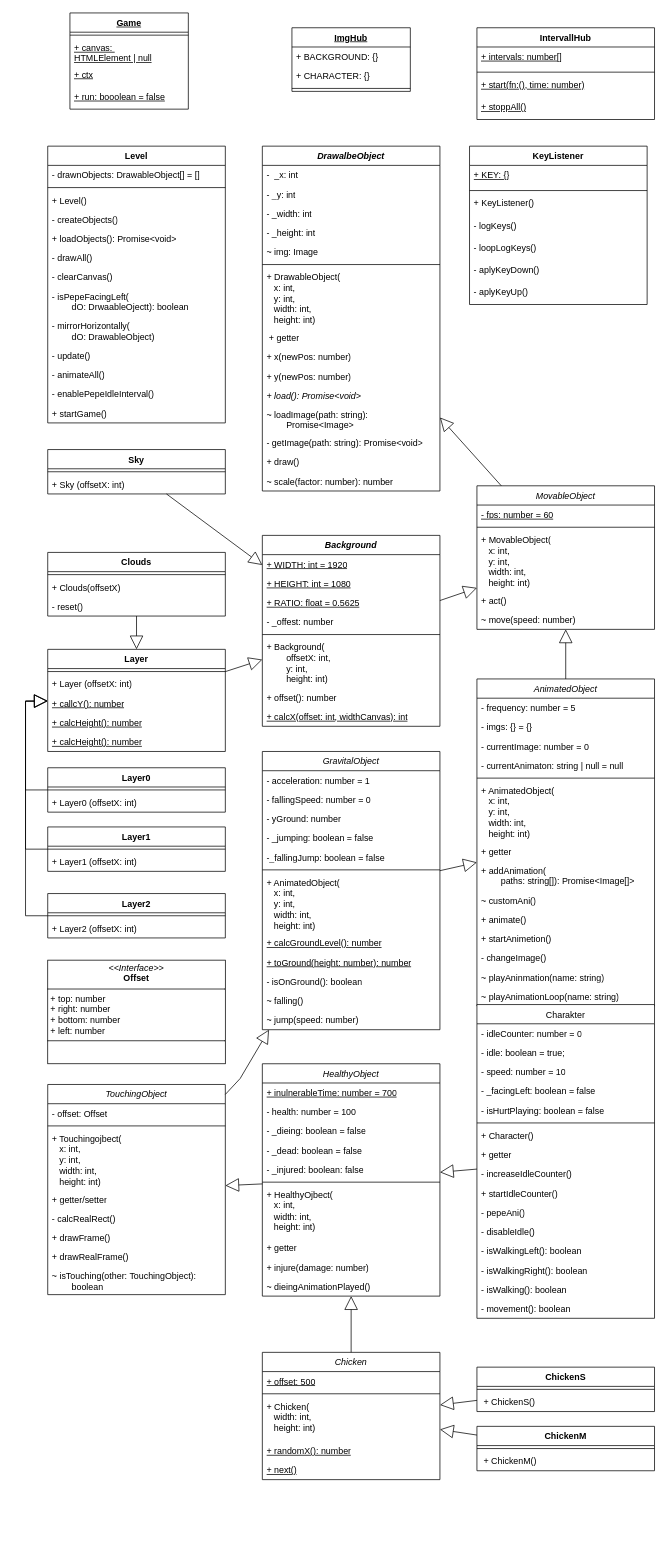
Before: docs/classes.drawio in elma1989/el-pollo-loco, a draw.io diagram. Source tidied: cells renumbered, new cells numbered last; positions are measured from the earlier drawing's top-left corner, leaving out a move shared by most shapes. Both pictures are drawn from the tidied source at 74%, with x=0, y=0 at pixel (25, 13).
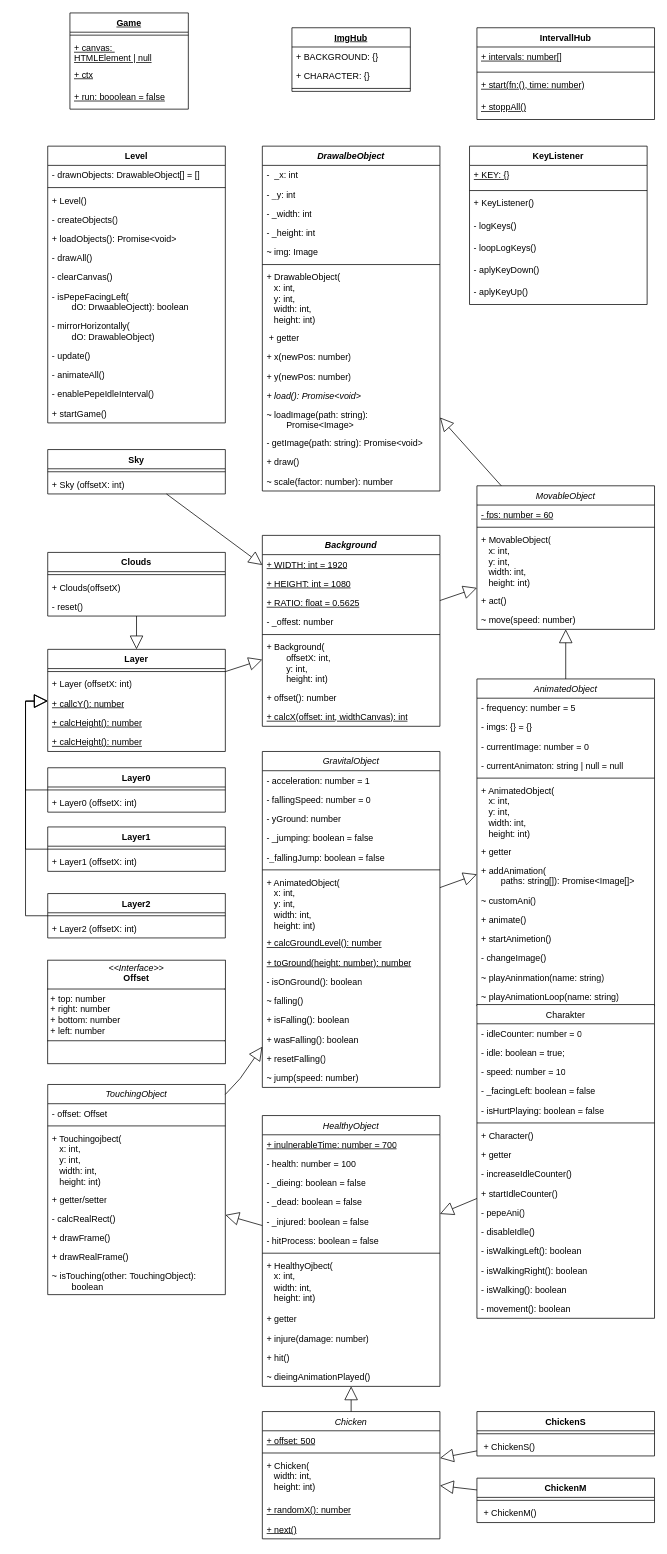
The same page after the edit.

Commit message (it also covers changes not shown here):
doc: Updated classes.drawio - Updated GravitalObject, HealthyObject

What changed in the source:
```diff
@@
     <mxCell id="133" value="GravitalObject" style="swimlane;align=center;verticalAlign=top;horizontal=1;startSize=26;whiteSpace=wrap;html=1;strokeColor=default;fontStyle=2;fontColor=default;" parent="1" vertex="1">
-      <mxGeometry x="320" y="998" width="240" height="376" as="geometry" />
+      <mxGeometry x="320" y="998" width="240" height="454" as="geometry" />
     </mxCell>
@@
+    <mxCell id="186" value="+ isFalling(): boolean" style="text;strokeColor=none;fillColor=none;align=left;verticalAlign=top;spacingLeft=4;spacingRight=4;overflow=hidden;whiteSpace=wrap;html=1;fontStyle=0;" parent="133" vertex="1">
+      <mxGeometry y="350" width="240" height="26" as="geometry" />
+    </mxCell>
+    <mxCell id="187" value="+ wasFalling(): boolean" style="text;strokeColor=none;fillColor=none;align=left;verticalAlign=top;spacingLeft=4;spacingRight=4;overflow=hidden;whiteSpace=wrap;html=1;fontStyle=0;" parent="133" vertex="1">
+      <mxGeometry y="376" width="240" height="26" as="geometry" />
+    </mxCell>
+    <mxCell id="188" value="+ resetFalling()" style="text;strokeColor=none;fillColor=none;align=left;verticalAlign=top;spacingLeft=4;spacingRight=4;overflow=hidden;whiteSpace=wrap;html=1;fontStyle=0;" parent="133" vertex="1">
+      <mxGeometry y="402" width="240" height="26" as="geometry" />
+    </mxCell>
     <mxCell id="145" value="~ jump(speed: number)" style="text;strokeColor=none;fillColor=none;align=left;verticalAlign=top;spacingLeft=4;spacingRight=4;overflow=hidden;whiteSpace=wrap;html=1;fontStyle=0;" parent="133" vertex="1">
-      <mxGeometry y="350" width="240" height="26" as="geometry" />
+      <mxGeometry y="428" width="240" height="26" as="geometry" />
     </mxCell>
@@
     <mxCell id="158" value="HealthyObject" style="swimlane;align=center;verticalAlign=top;horizontal=1;startSize=26;whiteSpace=wrap;html=1;strokeColor=default;fontStyle=2;fontColor=default;" parent="1" vertex="1">
-      <mxGeometry x="320" y="1420" width="240" height="314" as="geometry" />
+      <mxGeometry x="320" y="1490" width="240" height="366" as="geometry" />
     </mxCell>
@@
-    <mxCell id="163" value="- _injured: boolean: false" style="text;strokeColor=none;fillColor=none;align=left;verticalAlign=top;spacingLeft=4;spacingRight=4;overflow=hidden;whiteSpace=wrap;html=1;fontStyle=0;" parent="158" vertex="1">
+    <mxCell id="163" value="- _injured: boolean = false" style="text;strokeColor=none;fillColor=none;align=left;verticalAlign=top;spacingLeft=4;spacingRight=4;overflow=hidden;whiteSpace=wrap;html=1;fontStyle=0;" parent="158" vertex="1">
       <mxGeometry y="130" width="240" height="26" as="geometry" />
     </mxCell>
+    <mxCell id="189" value="- hitProcess: boolean = false" style="text;strokeColor=none;fillColor=none;align=left;verticalAlign=top;spacingLeft=4;spacingRight=4;overflow=hidden;whiteSpace=wrap;html=1;fontStyle=0;" parent="158" vertex="1">
+      <mxGeometry y="156" width="240" height="26" as="geometry" />
+    </mxCell>
     <mxCell id="164" style="line;strokeWidth=1;fillColor=none;align=left;verticalAlign=middle;spacingTop=-1;spacingLeft=3;spacingRight=3;labelPosition=right;strokeColor=inherit;" parent="158" vertex="1">
-      <mxGeometry y="156" width="240" height="8" as="geometry" />
+      <mxGeometry y="182" width="240" height="8" as="geometry" />
     </mxCell>
     <mxCell id="165" value="+ HealthyOjbect(&lt;div&gt;&amp;nbsp; &amp;nbsp;x: int,&lt;/div&gt;&lt;div&gt;&lt;span style=&quot;background-color: transparent; color: light-dark(rgb(0, 0, 0), rgb(255, 255, 255));&quot;&gt;&amp;nbsp; &amp;nbsp;width: int,&lt;/span&gt;&lt;/div&gt;&lt;div&gt;&amp;nbsp; &amp;nbsp;height: int)&lt;/div&gt;" style="text;strokeColor=none;fillColor=none;align=left;verticalAlign=top;spacingLeft=4;spacingRight=4;overflow=hidden;whiteSpace=wrap;html=1;" parent="158" vertex="1">
-      <mxGeometry y="164" width="240" height="72" as="geometry" />
+      <mxGeometry y="190" width="240" height="72" as="geometry" />
     </mxCell>
     <mxCell id="166" value="+ getter" style="text;strokeColor=none;fillColor=none;align=left;verticalAlign=top;spacingLeft=4;spacingRight=4;overflow=hidden;whiteSpace=wrap;html=1;fontStyle=0;" parent="158" vertex="1">
-      <mxGeometry y="236" width="240" height="26" as="geometry" />
+      <mxGeometry y="262" width="240" height="26" as="geometry" />
     </mxCell>
     <mxCell id="167" value="+ injure(damage: number)" style="text;strokeColor=none;fillColor=none;align=left;verticalAlign=top;spacingLeft=4;spacingRight=4;overflow=hidden;whiteSpace=wrap;html=1;fontStyle=0;" parent="158" vertex="1">
-      <mxGeometry y="262" width="240" height="26" as="geometry" />
+      <mxGeometry y="288" width="240" height="26" as="geometry" />
     </mxCell>
+    <mxCell id="190" value="+ hit()" style="text;strokeColor=none;fillColor=none;align=left;verticalAlign=top;spacingLeft=4;spacingRight=4;overflow=hidden;whiteSpace=wrap;html=1;fontStyle=0;" parent="158" vertex="1">
+      <mxGeometry y="314" width="240" height="26" as="geometry" />
+    </mxCell>
     <mxCell id="168" value="~ dieingAnimationPlayed()" style="text;strokeColor=none;fillColor=none;align=left;verticalAlign=top;spacingLeft=4;spacingRight=4;overflow=hidden;whiteSpace=wrap;html=1;fontStyle=0;" parent="158" vertex="1">
-      <mxGeometry y="288" width="240" height="26" as="geometry" />
+      <mxGeometry y="340" width="240" height="26" as="geometry" />
     </mxCell>
@@
     <mxCell id="170" value="Chicken" style="swimlane;align=center;verticalAlign=top;horizontal=1;startSize=26;whiteSpace=wrap;html=1;strokeColor=default;fontStyle=2;fontColor=default;" parent="1" vertex="1">
-      <mxGeometry x="320" y="1810" width="240" height="172" as="geometry" />
+      <mxGeometry x="320" y="1890" width="240" height="172" as="geometry" />
     </mxCell>
@@
     <mxCell id="178" value="ChickenS" style="swimlane;align=center;verticalAlign=top;horizontal=1;startSize=26;whiteSpace=wrap;html=1;strokeColor=default;fontStyle=1;fontColor=default;" parent="1" vertex="1">
-      <mxGeometry x="610" y="1830" width="240" height="60" as="geometry" />
+      <mxGeometry x="610" y="1890" width="240" height="60" as="geometry" />
     </mxCell>
@@
     <mxCell id="181" value="ChickenM" style="swimlane;align=center;verticalAlign=top;horizontal=1;startSize=26;whiteSpace=wrap;html=1;strokeColor=default;fontStyle=1;fontColor=default;" parent="1" vertex="1">
-      <mxGeometry x="610" y="1910" width="240" height="60" as="geometry" />
+      <mxGeometry x="610" y="1980" width="240" height="60" as="geometry" />
     </mxCell>
```
